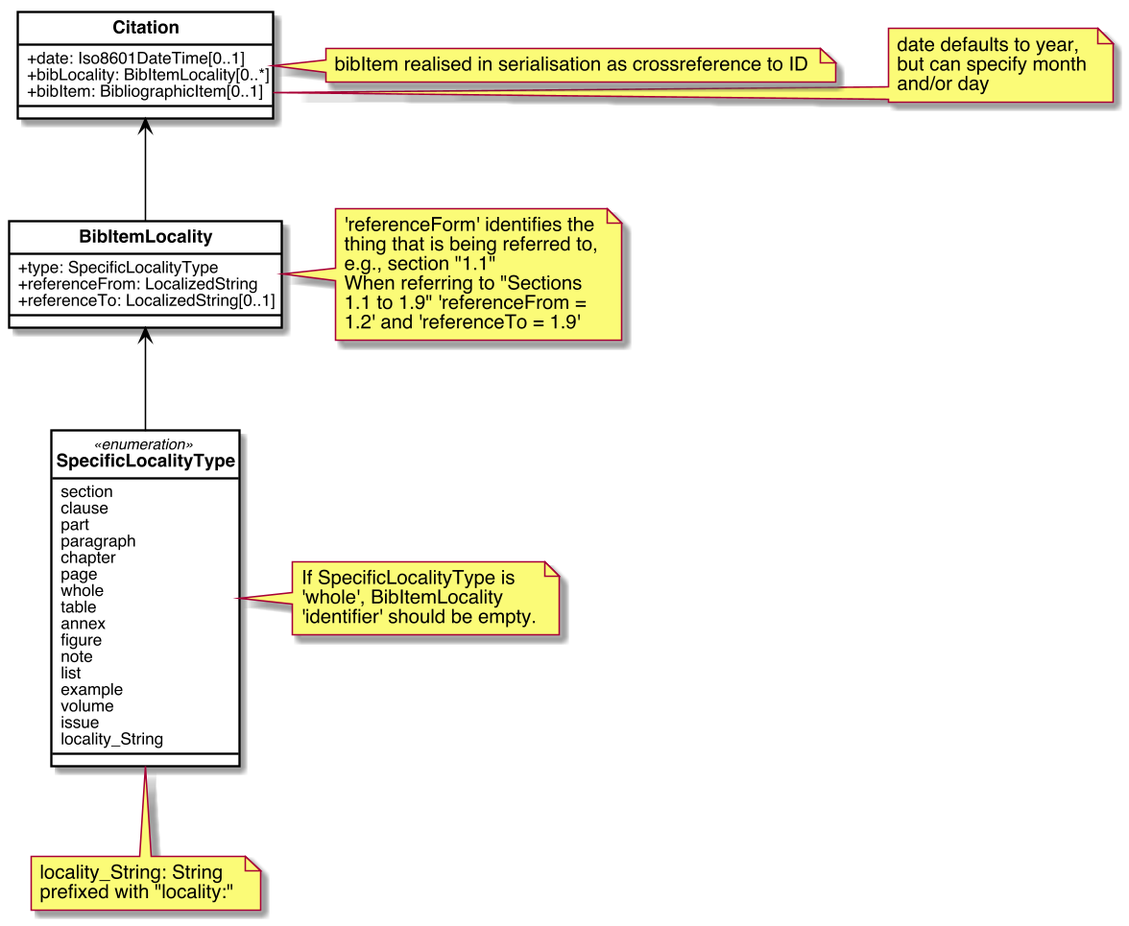
The PlantUML diagram images/RelBib_Citation.png in relaton/relaton-models, before a commit.
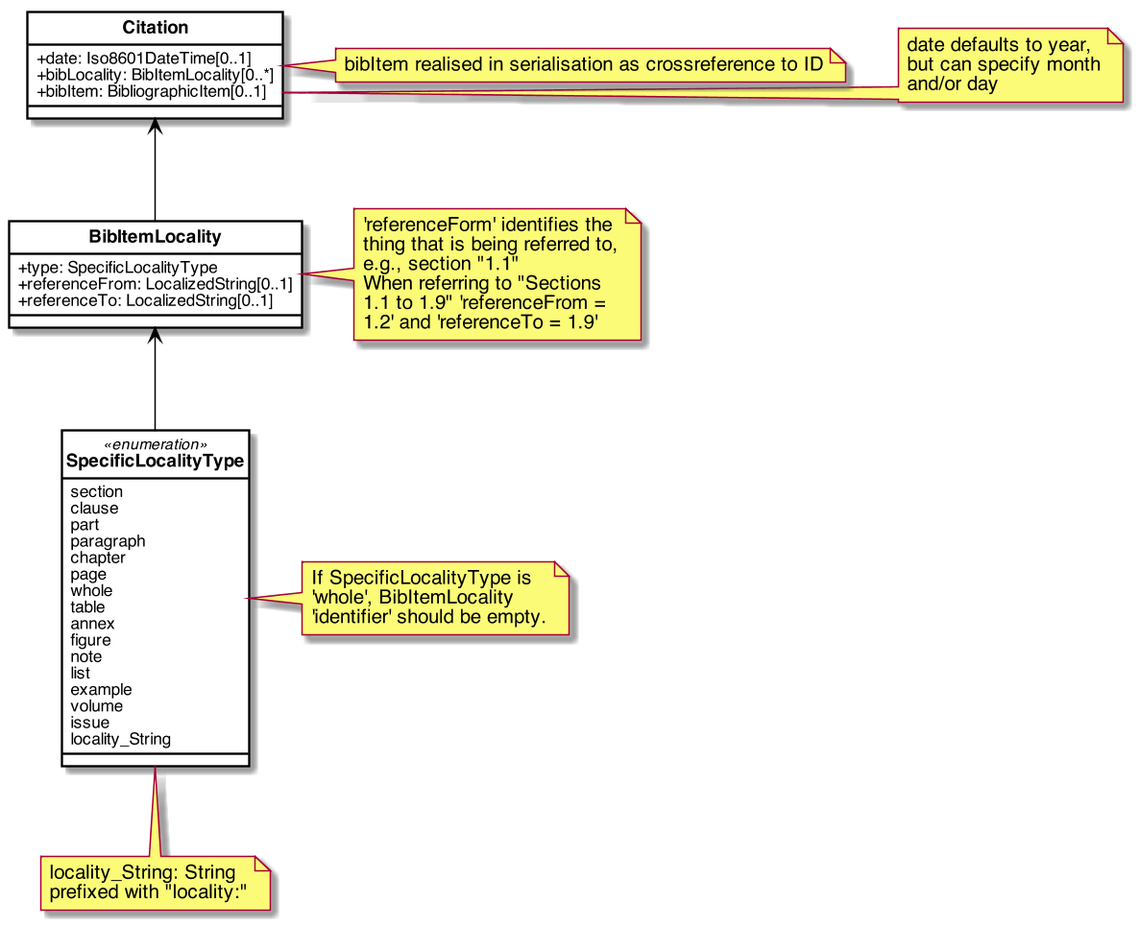
Later version of the same file.

The edit, as a diff of the source:
```diff
@@ -49,7 +49,7 @@
 
 class BibItemLocality{
     +type: SpecificLocalityType
-    +referenceFrom: LocalizedString
+    +referenceFrom: LocalizedString[0..1]
     +referenceTo: LocalizedString[0..1]
 }
 
```
